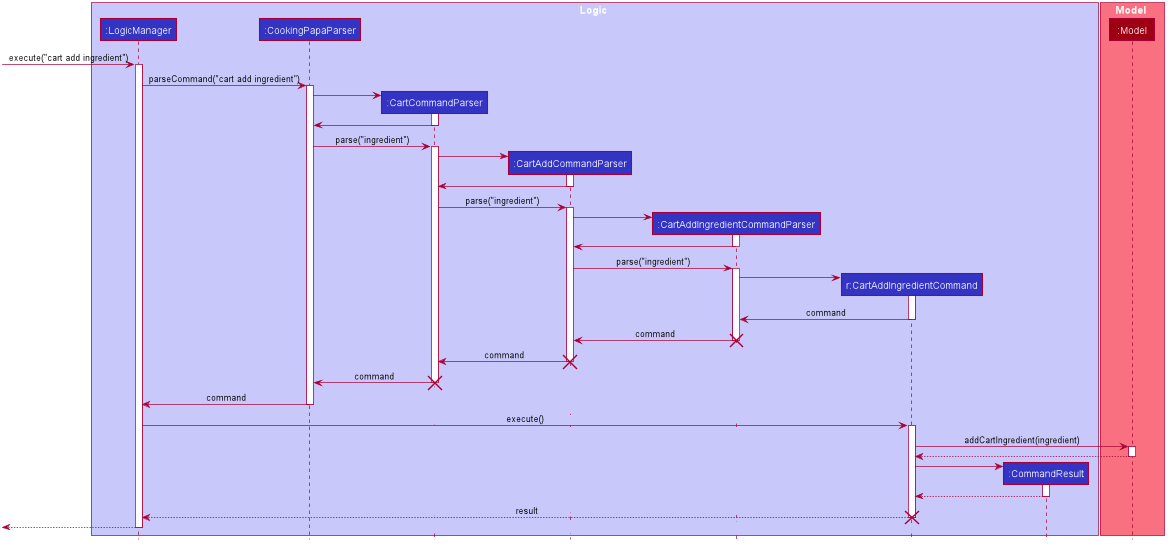
The PlantUML diagram docs/images/CartAddIngredientSequenceDiagram.png in tzihiang/main, before a commit. Its source is kept beside it as docs/diagrams/CartAddIngredientSequenceDiagram.puml.
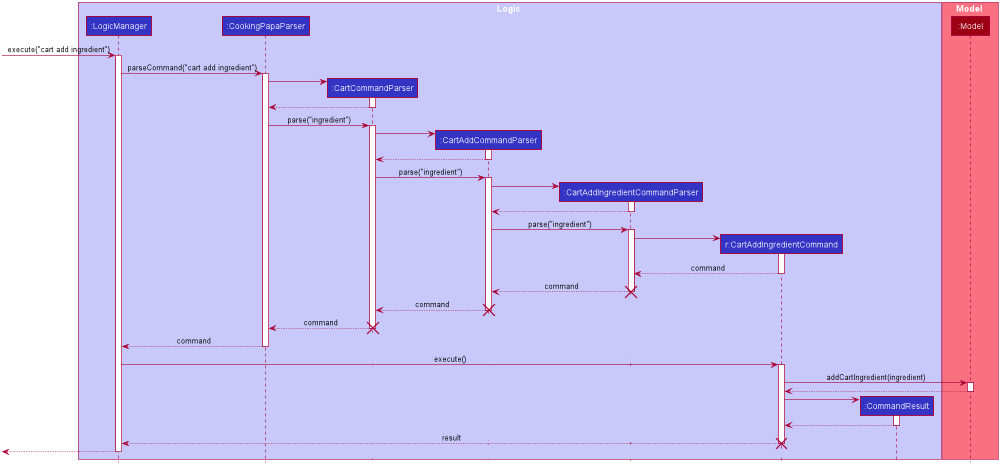
Later version of the same file.

Commit message:
Updated Sequence Diagrams

Diff of the diagram source:
```diff
@@ -26,7 +26,7 @@
 CookingPapaParser -> CartCommandParser
 activate CartCommandParser
 
-CartCommandParser -> CookingPapaParser
+CartCommandParser --> CookingPapaParser
 deactivate CartCommandParser
 
 CookingPapaParser -> CartCommandParser : parse("ingredient")
@@ -36,17 +36,17 @@
 CartCommandParser -> CartAddCommandParser
 activate CartAddCommandParser
 
-CartAddCommandParser -> CartCommandParser
+CartAddCommandParser --> CartCommandParser
 deactivate CartAddCommandParser
 
 CartCommandParser ->CartAddCommandParser : parse("ingredient")
 activate CartAddCommandParser
 
 create CartAddIngredientCommandParser
-CartAddCommandParser -> CartAddIngredientCommandParser :
+CartAddCommandParser -> CartAddIngredientCommandParser
 activate CartAddIngredientCommandParser
 
-CartAddIngredientCommandParser -> CartAddCommandParser
+CartAddIngredientCommandParser --> CartAddCommandParser
 deactivate CartAddIngredientCommandParser
 
 CartAddCommandParser -> CartAddIngredientCommandParser : parse("ingredient")
@@ -56,19 +56,19 @@
 CartAddIngredientCommandParser -> CartAddIngredientCommand
 activate CartAddIngredientCommand
 
-CartAddIngredientCommand -> CartAddIngredientCommandParser : command
+CartAddIngredientCommand --> CartAddIngredientCommandParser : command
 deactivate CartAddIngredientCommand
 
-CartAddIngredientCommandParser -> CartAddCommandParser : command
+CartAddIngredientCommandParser --> CartAddCommandParser : command
 destroy CartAddIngredientCommandParser
 
-CartAddCommandParser -> CartCommandParser : command
+CartAddCommandParser --> CartCommandParser : command
 destroy CartAddCommandParser
 
-CartCommandParser -> CookingPapaParser : command
+CartCommandParser --> CookingPapaParser : command
 destroy CartCommandParser
 
-CookingPapaParser -> LogicManager : command
+CookingPapaParser --> LogicManager : command
 deactivate CookingPapaParser
 
 LogicManager -> CartAddIngredientCommand : execute()
```
